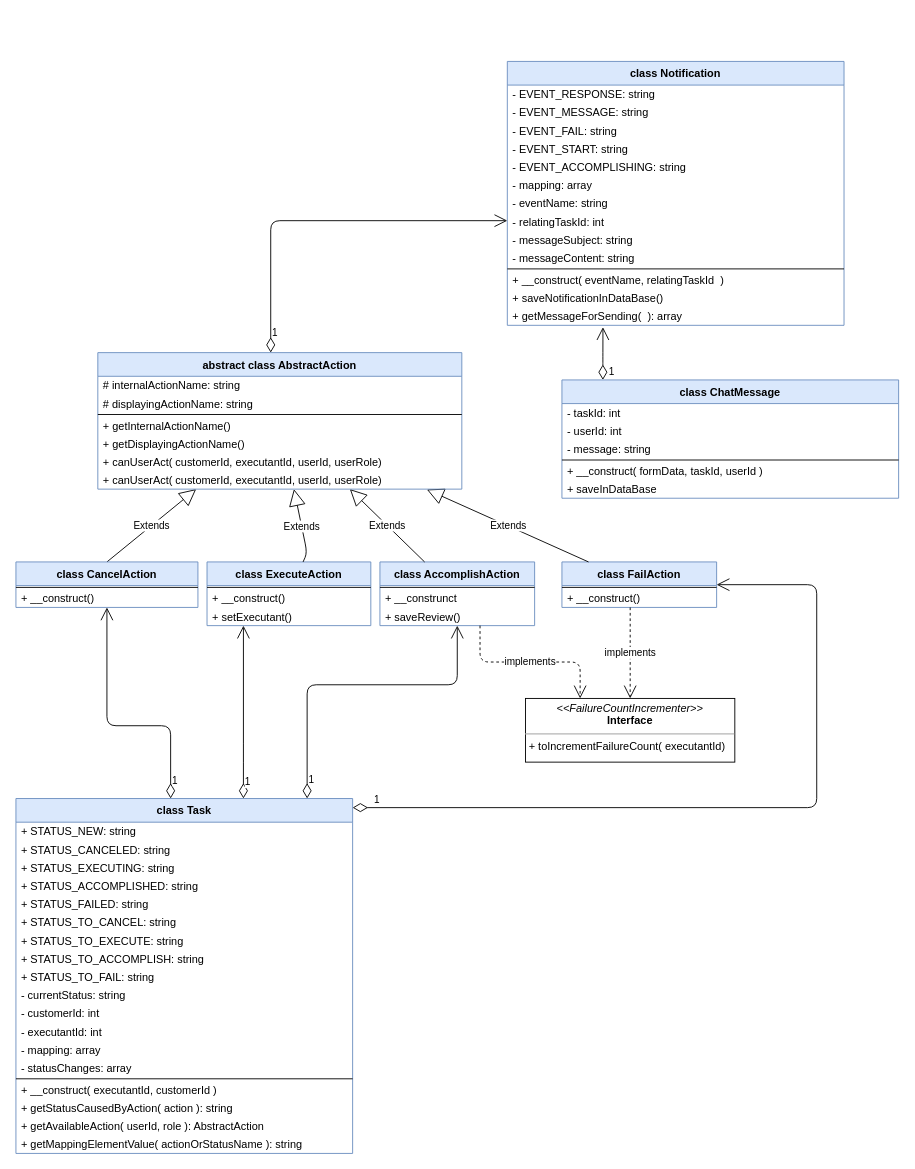
This is page "classes schema" (2 of 2) of config/task-force-1-schema.drawio from mikeserov/824017-task-force-1, a draw.io file, before an edit. Source tidied: cells renumbered, new cells numbered last; positions are measured from the earlier drawing's top-left corner, leaving out a move shared by most shapes. Both pictures are drawn from the tidied source at 91%, with x=0, y=0 at pixel (15, 61).
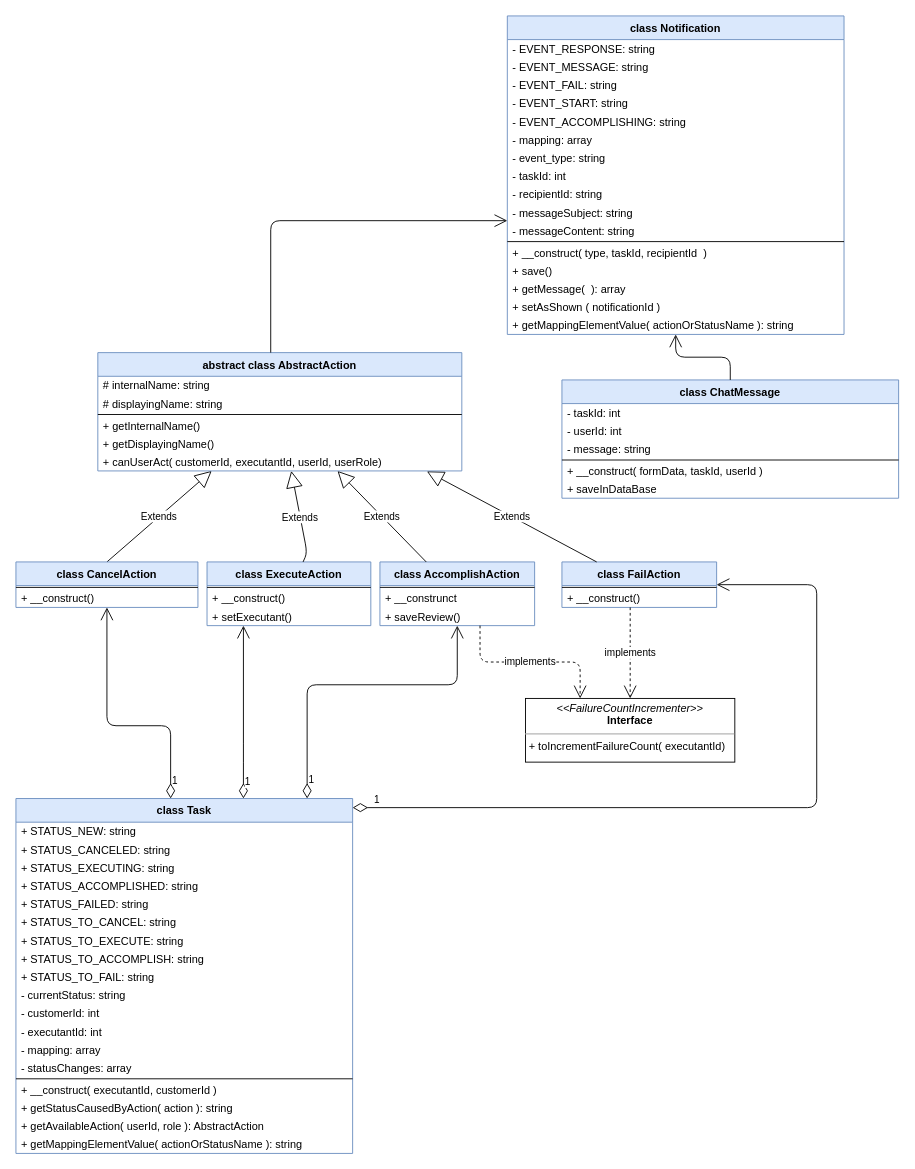
After the change.

The change refers to these unchanged cells:
```xml
<mxCell id="51" value="class ChatMessage" style="swimlane;fontStyle=1;align=center;verticalAlign=top;horizontal=1;startSize=26;fillColor=#dae8fc;strokeColor=#6c8ebf;" parent="1" vertex="1">
  <mxGeometry x="600" y="350" width="370" height="130" as="geometry" />
</mxCell>
```

Diff of the diagram source:
```diff
@@
     <mxCell id="22" value="class Notification" style="swimlane;fontStyle=1;align=center;verticalAlign=top;horizontal=1;startSize=26;fillColor=#dae8fc;strokeColor=#6c8ebf;" parent="1" vertex="1">
-      <mxGeometry x="540" width="370" height="290" as="geometry" />
+      <mxGeometry x="540" y="-50" width="370" height="350" as="geometry" />
     </mxCell>
@@
-    <mxCell id="29" value="- eventName: string" style="text;strokeColor=none;fillColor=none;align=left;verticalAlign=middle;spacingLeft=4;spacingRight=4;overflow=hidden;" parent="22" vertex="1">
+    <mxCell id="29" value="- event_type: string" style="text;strokeColor=none;fillColor=none;align=left;verticalAlign=middle;spacingLeft=4;spacingRight=4;overflow=hidden;" parent="22" vertex="1">
       <mxGeometry y="146" width="370" height="20" as="geometry" />
     </mxCell>
-    <mxCell id="30" value="- relatingTaskId: int" style="text;strokeColor=none;fillColor=none;align=left;verticalAlign=middle;spacingLeft=4;spacingRight=4;overflow=hidden;" parent="22" vertex="1">
+    <mxCell id="30" value="- taskId: int" style="text;strokeColor=none;fillColor=none;align=left;verticalAlign=middle;spacingLeft=4;spacingRight=4;overflow=hidden;" parent="22" vertex="1">
       <mxGeometry y="166" width="370" height="20" as="geometry" />
     </mxCell>
-    <mxCell id="31" value="- messageSubject: string" style="text;strokeColor=none;fillColor=none;align=left;verticalAlign=middle;spacingLeft=4;spacingRight=4;overflow=hidden;" parent="22" vertex="1">
+    <mxCell id="31" value="- recipientId: string" style="text;strokeColor=none;fillColor=none;align=left;verticalAlign=middle;spacingLeft=4;spacingRight=4;overflow=hidden;" parent="22" vertex="1">
       <mxGeometry y="186" width="370" height="20" as="geometry" />
     </mxCell>
+    <mxCell id="79" value="- messageSubject: string" style="text;strokeColor=none;fillColor=none;align=left;verticalAlign=middle;spacingLeft=4;spacingRight=4;overflow=hidden;" parent="22" vertex="1">
+      <mxGeometry y="206" width="370" height="20" as="geometry" />
+    </mxCell>
     <mxCell id="32" value="- messageContent: string" style="text;strokeColor=none;fillColor=none;align=left;verticalAlign=middle;spacingLeft=4;spacingRight=4;overflow=hidden;" parent="22" vertex="1">
-      <mxGeometry y="206" width="370" height="20" as="geometry" />
+      <mxGeometry y="226" width="370" height="20" as="geometry" />
     </mxCell>
     <mxCell id="33" style="line;strokeWidth=1;fillColor=none;align=left;verticalAlign=middle;spacingTop=-1;spacingLeft=3;spacingRight=3;labelPosition=right;" parent="22" vertex="1">
-      <mxGeometry y="226" width="370" height="4" as="geometry" />
+      <mxGeometry y="246" width="370" height="4" as="geometry" />
     </mxCell>
-    <mxCell id="34" value="+ __construct( eventName, relatingTaskId  )" style="text;strokeColor=none;fillColor=none;align=left;verticalAlign=middle;spacingLeft=4;spacingRight=4;overflow=hidden;" parent="22" vertex="1">
-      <mxGeometry y="230" width="370" height="20" as="geometry" />
+    <mxCell id="34" value="+ __construct( type, taskId, recipientId  )" style="text;strokeColor=none;fillColor=none;align=left;verticalAlign=middle;spacingLeft=4;spacingRight=4;overflow=hidden;" parent="22" vertex="1">
+      <mxGeometry y="250" width="370" height="20" as="geometry" />
     </mxCell>
-    <mxCell id="35" value="+ saveNotificationInDataBase()" style="text;strokeColor=none;fillColor=none;align=left;verticalAlign=middle;spacingLeft=4;spacingRight=4;overflow=hidden;" parent="22" vertex="1">
-      <mxGeometry y="250" width="370" height="20" as="geometry" />
+    <mxCell id="35" value="+ save()" style="text;strokeColor=none;fillColor=none;align=left;verticalAlign=middle;spacingLeft=4;spacingRight=4;overflow=hidden;" parent="22" vertex="1">
+      <mxGeometry y="270" width="370" height="20" as="geometry" />
     </mxCell>
-    <mxCell id="36" value="+ getMessageForSending(  ): array" style="text;strokeColor=none;fillColor=none;align=left;verticalAlign=middle;spacingLeft=4;spacingRight=4;overflow=hidden;points=[[0,0.5],[1,0.5]];portConstraint=eastwest;" parent="22" vertex="1">
-      <mxGeometry y="270" width="370" height="20" as="geometry" />
+    <mxCell id="36" value="+ getMessage(  ): array" style="text;strokeColor=none;fillColor=none;align=left;verticalAlign=middle;spacingLeft=4;spacingRight=4;overflow=hidden;points=[[0,0.5],[1,0.5]];portConstraint=eastwest;" parent="22" vertex="1">
+      <mxGeometry y="290" width="370" height="20" as="geometry" />
     </mxCell>
+    <mxCell id="80" value="+ setAsShown ( notificationId )" style="text;strokeColor=none;fillColor=none;align=left;verticalAlign=middle;spacingLeft=4;spacingRight=4;overflow=hidden;" parent="22" vertex="1">
+      <mxGeometry y="310" width="370" height="20" as="geometry" />
+    </mxCell>
+    <mxCell id="81" value="+ getMappingElementValue( actionOrStatusName ): string" style="text;strokeColor=none;fillColor=none;align=left;verticalAlign=middle;spacingLeft=4;spacingRight=4;overflow=hidden;" parent="22" vertex="1">
+      <mxGeometry y="330" width="370" height="20" as="geometry" />
+    </mxCell>
@@
     <mxCell id="62" value="abstract class AbstractAction" style="swimlane;fontStyle=1;align=center;verticalAlign=top;horizontal=1;startSize=26;fillColor=#dae8fc;strokeColor=#6c8ebf;" parent="1" vertex="1">
-      <mxGeometry x="90" y="320" width="400" height="150" as="geometry" />
+      <mxGeometry x="90" y="320" width="400" height="130" as="geometry" />
     </mxCell>
-    <mxCell id="63" value="# internalActionName: string" style="text;strokeColor=none;fillColor=none;align=left;verticalAlign=middle;spacingLeft=4;spacingRight=4;overflow=hidden;" parent="62" vertex="1">
+    <mxCell id="63" value="# internalName: string" style="text;strokeColor=none;fillColor=none;align=left;verticalAlign=middle;spacingLeft=4;spacingRight=4;overflow=hidden;" parent="62" vertex="1">
       <mxGeometry y="26" width="400" height="20" as="geometry" />
     </mxCell>
-    <mxCell id="64" value="# displayingActionName: string" style="text;strokeColor=none;fillColor=none;align=left;verticalAlign=middle;spacingLeft=4;spacingRight=4;overflow=hidden;" parent="62" vertex="1">
+    <mxCell id="64" value="# displayingName: string" style="text;strokeColor=none;fillColor=none;align=left;verticalAlign=middle;spacingLeft=4;spacingRight=4;overflow=hidden;" parent="62" vertex="1">
       <mxGeometry y="46" width="400" height="20" as="geometry" />
     </mxCell>
@@
-    <mxCell id="66" value="+ getInternalActionName()" style="text;strokeColor=none;fillColor=none;align=left;verticalAlign=middle;spacingLeft=4;spacingRight=4;overflow=hidden;" parent="62" vertex="1">
+    <mxCell id="66" value="+ getInternalName()" style="text;strokeColor=none;fillColor=none;align=left;verticalAlign=middle;spacingLeft=4;spacingRight=4;overflow=hidden;" parent="62" vertex="1">
       <mxGeometry y="70" width="400" height="20" as="geometry" />
     </mxCell>
-    <mxCell id="67" value="+ getDisplayingActionName()" style="text;strokeColor=none;fillColor=none;align=left;verticalAlign=middle;spacingLeft=4;spacingRight=4;overflow=hidden;" parent="62" vertex="1">
+    <mxCell id="67" value="+ getDisplayingName()" style="text;strokeColor=none;fillColor=none;align=left;verticalAlign=middle;spacingLeft=4;spacingRight=4;overflow=hidden;" parent="62" vertex="1">
       <mxGeometry y="90" width="400" height="20" as="geometry" />
     </mxCell>
-    <mxCell id="68" value="+ canUserAct( customerId, executantId, userId, userRole)" style="text;strokeColor=none;fillColor=none;align=left;verticalAlign=middle;spacingLeft=4;spacingRight=4;overflow=hidden;" parent="62" vertex="1">
-      <mxGeometry y="110" width="400" height="20" as="geometry" />
-    </mxCell>
     <mxCell id="69" value="+ canUserAct( customerId, executantId, userId, userRole)" style="text;strokeColor=none;fillColor=none;align=left;verticalAlign=middle;spacingLeft=4;spacingRight=4;overflow=hidden;points=[[0,0.5],[1,0.5]];portConstraint=eastwest;" parent="62" vertex="1">
-      <mxGeometry y="130" width="400" height="20" as="geometry" />
+      <mxGeometry y="110" width="400" height="20" as="geometry" />
     </mxCell>
@@
-    <mxCell id="77" value="1" style="endArrow=open;html=1;endSize=12;startArrow=diamondThin;startSize=14;startFill=0;edgeStyle=orthogonalEdgeStyle;align=left;verticalAlign=bottom;" parent="1" edge="1" source="62" target="22">
-      <mxGeometry x="-0.94" relative="1" as="geometry">
+    <mxCell id="77" style="endArrow=open;html=1;endSize=12;startArrow=none;startSize=14;startFill=0;edgeStyle=orthogonalEdgeStyle;align=left;verticalAlign=bottom;" parent="1" edge="1" source="62" target="22">
+      <mxGeometry x="-0.9" y="-40" relative="1" as="geometry">
         <Array as="points">
           <mxPoint x="280" y="175" />
         </Array>
-        <mxPoint y="-1" as="offset" />
       </mxGeometry>
     </mxCell>
-    <mxCell id="78" value="1" style="endArrow=open;html=1;endSize=12;startArrow=diamondThin;startSize=14;startFill=0;edgeStyle=orthogonalEdgeStyle;align=left;verticalAlign=bottom;entryX=0.284;entryY=1.1;entryDx=0;entryDy=0;entryPerimeter=0;" parent="1" edge="1" source="51" target="36">
-      <mxGeometry x="-1" y="-5" relative="1" as="geometry">
-        <Array as="points">
-          <mxPoint x="645" y="330" />
-          <mxPoint x="645" y="330" />
-        </Array>
-      </mxGeometry>
+    <mxCell id="78" style="endArrow=open;endSize=12;startArrow=none;startSize=14;startFill=0;edgeStyle=orthogonalEdgeStyle;align=left;verticalAlign=bottom;html=1;" parent="1" edge="1" source="51" target="22">
+      <mxGeometry x="-0.31" y="-25" relative="1" as="geometry" />
     </mxCell>
```
